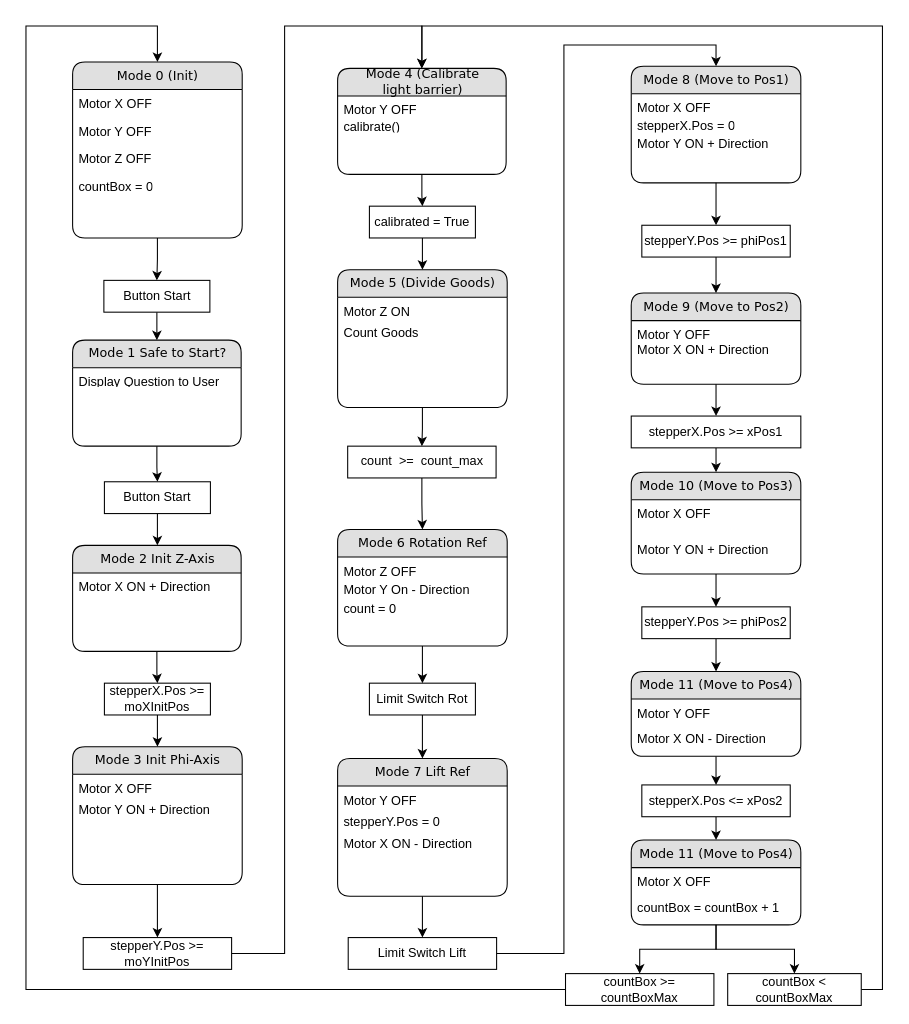
The draw.io diagram Software/Flowchart_control_software.drawio in valnim/PMS2022, before the edit. Source tidied: cells renumbered, new cells numbered last; positions are measured from the earlier drawing's top-left corner, leaving out a move shared by most shapes. Both pictures are drawn from the tidied source at 106%, with x=0, y=0 at pixel (25, 25).
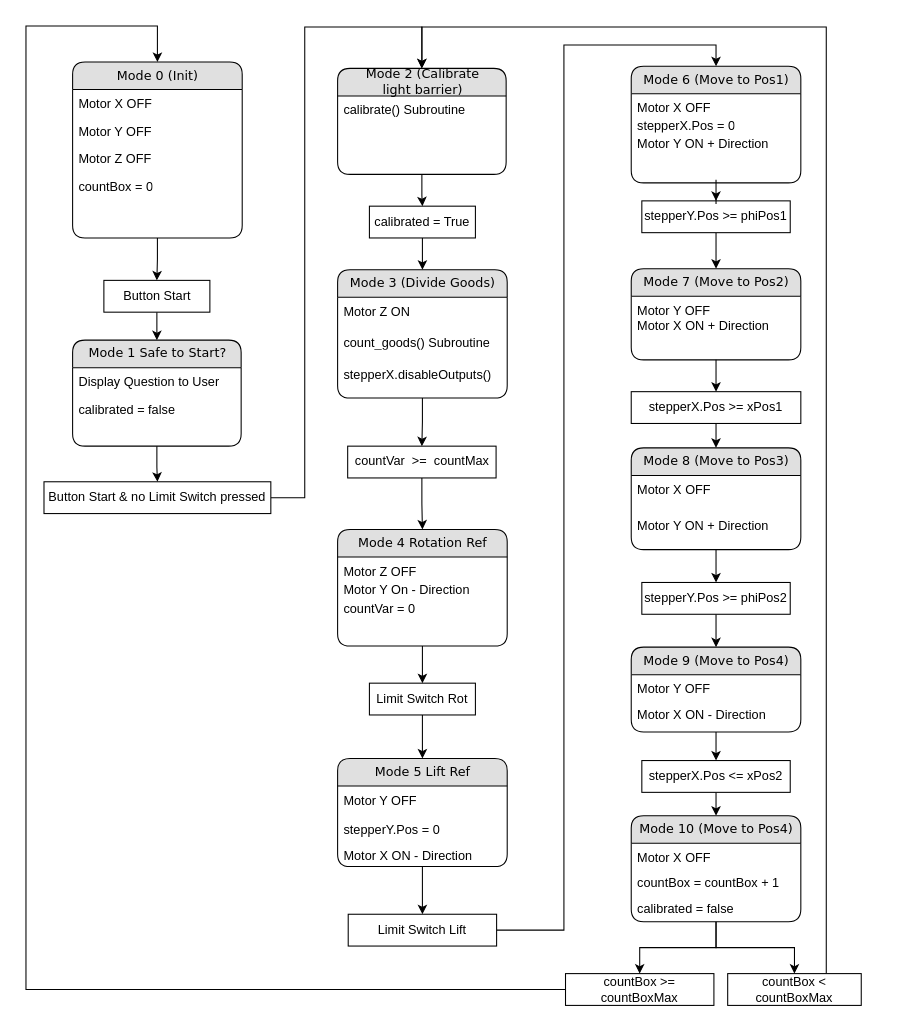
After the change.

The change refers to these unchanged cells:
```xml
<mxCell id="17" style="group;" parent="1" vertex="1">
  <mxGeometry x="294" y="40" width="159" height="100" as="geometry" />
</mxCell>
<mxCell id="49" style="group;" parent="1" vertex="1">
  <mxGeometry x="294" y="475" width="160" height="110" as="geometry" />
</mxCell>
<mxCell id="69" value="Mode 1 Safe to Start?" style="swimlane;html=1;fontStyle=0;horizontal=1;startSize=26;fillColor=#e0e0e0;swimlaneFillColor=#ffffff;align=center;rounded=1;shadow=0;comic=0;labelBackgroundColor=none;strokeWidth=1;fontFamily=Verdana;fontSize=12;" parent="68" vertex="1">
  <mxGeometry width="159" height="100" as="geometry" />
</mxCell>
<mxCell id="74" style="group;" parent="1" vertex="1">
  <mxGeometry x="571" y="38" width="160" height="110" as="geometry" />
</mxCell>
<mxCell id="94" value="countBox &amp;lt; countBoxMax" style="rounded=0;whiteSpace=wrap;html=1;" parent="1" vertex="1">
  <mxGeometry x="662" y="894" width="126" height="30" as="geometry" />
</mxCell>
```

The edit, as a diff of the source:
```diff
@@
     <mxCell id="8" style="group;" parent="1" vertex="1">
-      <mxGeometry x="294" y="230" width="160" height="130" as="geometry" />
+      <mxGeometry x="294" y="230" width="160" height="121" as="geometry" />
     </mxCell>
-    <mxCell id="9" value="Mode 5 (Divide Goods)" style="swimlane;html=1;fontStyle=0;horizontal=1;startSize=26;fillColor=#e0e0e0;swimlaneFillColor=#ffffff;align=center;rounded=1;shadow=0;comic=0;labelBackgroundColor=none;strokeWidth=1;fontFamily=Verdana;fontSize=12;" parent="8" vertex="1">
-      <mxGeometry width="160" height="130" as="geometry" />
+    <mxCell id="9" value="Mode 3 (Divide Goods)" style="swimlane;html=1;fontStyle=0;horizontal=1;startSize=26;fillColor=#e0e0e0;swimlaneFillColor=#ffffff;align=center;rounded=1;shadow=0;comic=0;labelBackgroundColor=none;strokeWidth=1;fontFamily=Verdana;fontSize=12;" parent="8" vertex="1">
+      <mxGeometry width="160" height="121" as="geometry" />
     </mxCell>
     <mxCell id="10" value="Motor Z ON" style="text;html=1;strokeColor=none;fillColor=none;spacingLeft=4;spacingRight=4;whiteSpace=wrap;overflow=hidden;" parent="9" vertex="1">
-      <mxGeometry y="26" width="160" height="20.4" as="geometry" />
+      <mxGeometry y="26" width="160" height="29.3" as="geometry" />
     </mxCell>
-    <mxCell id="11" value="Count Goods" style="text;html=1;strokeColor=none;fillColor=none;spacingLeft=4;spacingRight=4;whiteSpace=wrap;overflow=hidden;" parent="9" vertex="1">
-      <mxGeometry y="46.4" width="160" height="20.4" as="geometry" />
+    <mxCell id="11" value="count_goods() Subroutine" style="text;html=1;strokeColor=none;fillColor=none;spacingLeft=4;spacingRight=4;whiteSpace=wrap;overflow=hidden;" parent="9" vertex="1">
+      <mxGeometry y="55.3" width="160" height="30.7" as="geometry" />
     </mxCell>
+    <mxCell id="96" value="stepperX.disableOutputs()" style="text;html=1;strokeColor=none;fillColor=none;spacingLeft=4;spacingRight=4;whiteSpace=wrap;overflow=hidden;" parent="9" vertex="1">
+      <mxGeometry y="86" width="160" height="30.7" as="geometry" />
+    </mxCell>
@@
-    <mxCell id="15" value="count&amp;nbsp; &amp;gt;=&amp;nbsp; count_max" style="rounded=0;whiteSpace=wrap;html=1;" parent="1" vertex="1">
+    <mxCell id="15" value="countVar&amp;nbsp; &amp;gt;=&amp;nbsp; countMax" style="rounded=0;whiteSpace=wrap;html=1;" parent="1" vertex="1">
       <mxGeometry x="303.5" y="396.4" width="140" height="30" as="geometry" />
     </mxCell>
@@
-    <mxCell id="18" value="Mode 4 (Calibrate &lt;br&gt;light barrier)" style="swimlane;html=1;fontStyle=0;horizontal=1;startSize=26;fillColor=#e0e0e0;swimlaneFillColor=#ffffff;align=center;rounded=1;shadow=0;comic=0;labelBackgroundColor=none;strokeWidth=1;fontFamily=Verdana;fontSize=12;" parent="17" vertex="1">
+    <mxCell id="18" value="Mode 2 (Calibrate &lt;br&gt;light barrier)" style="swimlane;html=1;fontStyle=0;horizontal=1;startSize=26;fillColor=#e0e0e0;swimlaneFillColor=#ffffff;align=center;rounded=1;shadow=0;comic=0;labelBackgroundColor=none;strokeWidth=1;fontFamily=Verdana;fontSize=12;" parent="17" vertex="1">
       <mxGeometry width="159" height="100" as="geometry" />
     </mxCell>
-    <mxCell id="19" value="Motor Y OFF" style="text;html=1;strokeColor=none;fillColor=none;spacingLeft=4;spacingRight=4;whiteSpace=wrap;overflow=hidden;" parent="18" vertex="1">
-      <mxGeometry y="26" width="159" height="15.7" as="geometry" />
-    </mxCell>
-    <mxCell id="20" value="calibrate()" style="text;html=1;strokeColor=none;fillColor=none;spacingLeft=4;spacingRight=4;whiteSpace=wrap;overflow=hidden;" parent="18" vertex="1">
-      <mxGeometry y="41.7" width="159" height="15.7" as="geometry" />
+    <mxCell id="20" value="calibrate() Subroutine" style="text;html=1;strokeColor=none;fillColor=none;spacingLeft=4;spacingRight=4;whiteSpace=wrap;overflow=hidden;" parent="18" vertex="1">
+      <mxGeometry y="26" width="159" height="27" as="geometry" />
     </mxCell>
@@
     <mxCell id="26" value="stepperY.Pos &amp;gt;= phiPos1" style="rounded=0;whiteSpace=wrap;html=1;" parent="1" vertex="1">
-      <mxGeometry x="581" y="188" width="140" height="30" as="geometry" />
+      <mxGeometry x="581" y="165" width="140" height="30" as="geometry" />
     </mxCell>
     <mxCell id="27" style="group;" parent="1" vertex="1">
-      <mxGeometry x="571" y="252" width="160" height="86" as="geometry" />
+      <mxGeometry x="571" y="229" width="160" height="86" as="geometry" />
     </mxCell>
-    <mxCell id="28" value="Mode 9 (Move to Pos2)" style="swimlane;html=1;fontStyle=0;horizontal=1;startSize=26;fillColor=#e0e0e0;swimlaneFillColor=#ffffff;align=center;rounded=1;shadow=0;comic=0;labelBackgroundColor=none;strokeWidth=1;fontFamily=Verdana;fontSize=12;" parent="27" vertex="1">
+    <mxCell id="28" value="Mode 7 (Move to Pos2)" style="swimlane;html=1;fontStyle=0;horizontal=1;startSize=26;fillColor=#e0e0e0;swimlaneFillColor=#ffffff;align=center;rounded=1;shadow=0;comic=0;labelBackgroundColor=none;strokeWidth=1;fontFamily=Verdana;fontSize=12;" parent="27" vertex="1">
       <mxGeometry width="160" height="86" as="geometry" />
     </mxCell>
@@
     <mxCell id="30" style="group;" parent="1" vertex="1">
-      <mxGeometry x="571" y="468" width="160" height="90" as="geometry" />
+      <mxGeometry x="571" y="445" width="160" height="90" as="geometry" />
     </mxCell>
-    <mxCell id="31" value="Mode 10 (Move to Pos3)" style="swimlane;html=1;fontStyle=0;horizontal=1;startSize=26;fillColor=#e0e0e0;swimlaneFillColor=#ffffff;align=center;rounded=1;shadow=0;comic=0;labelBackgroundColor=none;strokeWidth=1;fontFamily=Verdana;fontSize=12;" parent="30" vertex="1">
+    <mxCell id="31" value="Mode 8 (Move to Pos3)" style="swimlane;html=1;fontStyle=0;horizontal=1;startSize=26;fillColor=#e0e0e0;swimlaneFillColor=#ffffff;align=center;rounded=1;shadow=0;comic=0;labelBackgroundColor=none;strokeWidth=1;fontFamily=Verdana;fontSize=12;" parent="30" vertex="1">
       <mxGeometry y="-47" width="160" height="96" as="geometry" />
     </mxCell>
@@
     <mxCell id="35" value="stepperX.Pos &amp;gt;= xPos1" style="rounded=0;whiteSpace=wrap;html=1;" parent="1" vertex="1">
-      <mxGeometry x="571" y="368" width="160" height="30" as="geometry" />
+      <mxGeometry x="571" y="345" width="160" height="30" as="geometry" />
     </mxCell>
@@
     <mxCell id="37" value="stepperY.Pos &amp;gt;= phiPos2" style="rounded=0;whiteSpace=wrap;html=1;" parent="1" vertex="1">
-      <mxGeometry x="581" y="548" width="140" height="30" as="geometry" />
+      <mxGeometry x="581" y="525" width="140" height="30" as="geometry" />
     </mxCell>
@@
     <mxCell id="40" value="stepperX.Pos &amp;lt;= xPos2" style="rounded=0;whiteSpace=wrap;html=1;" parent="1" vertex="1">
-      <mxGeometry x="581" y="716" width="140" height="30" as="geometry" />
+      <mxGeometry x="581" y="693" width="140" height="30" as="geometry" />
     </mxCell>
@@
-    <mxCell id="43" style="group;" parent="1" vertex="1">
-      <mxGeometry x="44" y="680" width="160" height="130" as="geometry" />
-    </mxCell>
-    <mxCell id="44" value="Mode 3 Init Phi-Axis" style="swimlane;html=1;fontStyle=0;horizontal=1;startSize=26;fillColor=#e0e0e0;swimlaneFillColor=#ffffff;align=center;rounded=1;shadow=0;comic=0;labelBackgroundColor=none;strokeWidth=1;fontFamily=Verdana;fontSize=12;" parent="43" vertex="1">
-      <mxGeometry width="160" height="130" as="geometry" />
-    </mxCell>
-    <mxCell id="45" value="Motor X OFF" style="text;html=1;strokeColor=none;fillColor=none;spacingLeft=4;spacingRight=4;whiteSpace=wrap;overflow=hidden;" parent="44" vertex="1">
-      <mxGeometry y="26" width="160" height="20.4" as="geometry" />
-    </mxCell>
-    <mxCell id="46" value="Motor Y ON + Direction" style="text;html=1;strokeColor=none;fillColor=none;spacingLeft=4;spacingRight=4;whiteSpace=wrap;overflow=hidden;" parent="44" vertex="1">
-      <mxGeometry y="46.4" width="160" height="20.4" as="geometry" />
-    </mxCell>
-    <mxCell id="47" style="edgeStyle=orthogonalEdgeStyle;rounded=0;jettySize=auto;html=1;entryX=0.5;entryY=0;entryDx=0;entryDy=0;" parent="1" edge="1" source="48" target="44">
-      <mxGeometry relative="1" as="geometry" />
-    </mxCell>
-    <mxCell id="48" value="stepperX.Pos &amp;gt;= moXInitPos" style="rounded=0;whiteSpace=wrap;html=1;" parent="1" vertex="1">
-      <mxGeometry x="74" y="620" width="100" height="30" as="geometry" />
-    </mxCell>
@@
-    <mxCell id="50" value="Mode 6 Rotation Ref" style="swimlane;html=1;fontStyle=0;horizontal=1;startSize=26;fillColor=#e0e0e0;swimlaneFillColor=#ffffff;align=center;rounded=1;shadow=0;comic=0;labelBackgroundColor=none;strokeWidth=1;fontFamily=Verdana;fontSize=12;" parent="49" vertex="1">
+    <mxCell id="50" value="Mode 4 Rotation Ref" style="swimlane;html=1;fontStyle=0;horizontal=1;startSize=26;fillColor=#e0e0e0;swimlaneFillColor=#ffffff;align=center;rounded=1;shadow=0;comic=0;labelBackgroundColor=none;strokeWidth=1;fontFamily=Verdana;fontSize=12;" parent="49" vertex="1">
       <mxGeometry width="160" height="110" as="geometry" />
     </mxCell>
@@
-    <mxCell id="53" value="count = 0" style="text;html=1;strokeColor=none;fillColor=none;spacingLeft=4;spacingRight=4;whiteSpace=wrap;overflow=hidden;" parent="50" vertex="1">
+    <mxCell id="53" value="countVar = 0" style="text;html=1;strokeColor=none;fillColor=none;spacingLeft=4;spacingRight=4;whiteSpace=wrap;overflow=hidden;" parent="50" vertex="1">
       <mxGeometry y="60.5" width="160" height="17.2" as="geometry" />
     </mxCell>
-    <mxCell id="54" style="edgeStyle=orthogonalEdgeStyle;rounded=0;jettySize=auto;html=1;entryX=0.5;entryY=0;entryDx=0;entryDy=0;" parent="1" edge="1" source="55" target="18">
-      <mxGeometry relative="1" as="geometry">
-        <Array as="points">
-          <mxPoint x="244" y="875" />
-          <mxPoint x="244" />
-          <mxPoint x="374" />
-        </Array>
-      </mxGeometry>
-    </mxCell>
-    <mxCell id="55" value="stepperY.Pos &amp;gt;= moYInitPos" style="rounded=0;whiteSpace=wrap;html=1;" parent="1" vertex="1">
-      <mxGeometry x="54" y="860" width="140" height="30" as="geometry" />
-    </mxCell>
-    <mxCell id="56" style="edgeStyle=orthogonalEdgeStyle;rounded=0;jettySize=auto;html=1;exitX=0.5;exitY=1;exitDx=0;exitDy=0;" parent="1" edge="1" source="44" target="55">
-      <mxGeometry relative="1" as="geometry" />
-    </mxCell>
-    <mxCell id="57" style="group;" parent="1" vertex="1">
-      <mxGeometry x="44" y="490" width="159" height="100" as="geometry" />
-    </mxCell>
-    <mxCell id="58" value="Mode 2 Init Z-Axis" style="swimlane;html=1;fontStyle=0;horizontal=1;startSize=26;fillColor=#e0e0e0;swimlaneFillColor=#ffffff;align=center;rounded=1;shadow=0;comic=0;labelBackgroundColor=none;strokeWidth=1;fontFamily=Verdana;fontSize=12;" parent="57" vertex="1">
-      <mxGeometry width="159" height="100" as="geometry" />
-    </mxCell>
-    <mxCell id="59" value="Motor X ON + Direction" style="text;html=1;strokeColor=none;fillColor=none;spacingLeft=4;spacingRight=4;whiteSpace=wrap;overflow=hidden;" parent="58" vertex="1">
-      <mxGeometry y="26" width="159" height="15.7" as="geometry" />
-    </mxCell>
-    <mxCell id="60" style="edgeStyle=orthogonalEdgeStyle;rounded=0;jettySize=auto;html=1;entryX=0.5;entryY=0;entryDx=0;entryDy=0;" parent="1" edge="1" source="58" target="48">
-      <mxGeometry relative="1" as="geometry" />
-    </mxCell>
     <mxCell id="61" style="group;" parent="1" vertex="1">
-      <mxGeometry x="294" y="691" width="160" height="130" as="geometry" />
+      <mxGeometry x="294" y="691" width="160" height="102" as="geometry" />
     </mxCell>
-    <mxCell id="62" value="Mode 7 Lift Ref" style="swimlane;html=1;fontStyle=0;horizontal=1;startSize=26;fillColor=#e0e0e0;swimlaneFillColor=#ffffff;align=center;rounded=1;shadow=0;comic=0;labelBackgroundColor=none;strokeWidth=1;fontFamily=Verdana;fontSize=12;" parent="61" vertex="1">
-      <mxGeometry width="160" height="130" as="geometry" />
+    <mxCell id="62" value="Mode 5 Lift Ref" style="swimlane;html=1;fontStyle=0;horizontal=1;startSize=26;fillColor=#e0e0e0;swimlaneFillColor=#ffffff;align=center;rounded=1;shadow=0;comic=0;labelBackgroundColor=none;strokeWidth=1;fontFamily=Verdana;fontSize=12;" parent="61" vertex="1">
+      <mxGeometry width="160" height="102" as="geometry" />
     </mxCell>
     <mxCell id="63" value="Motor Y OFF" style="text;html=1;strokeColor=none;fillColor=none;spacingLeft=4;spacingRight=4;whiteSpace=wrap;overflow=hidden;" parent="62" vertex="1">
-      <mxGeometry y="26" width="160" height="20.4" as="geometry" />
+      <mxGeometry y="26" width="160" height="28" as="geometry" />
     </mxCell>
     <mxCell id="64" value="stepperY.Pos = 0" style="text;html=1;strokeColor=none;fillColor=none;spacingLeft=4;spacingRight=4;whiteSpace=wrap;overflow=hidden;" parent="62" vertex="1">
-      <mxGeometry y="46.4" width="160" height="20.4" as="geometry" />
+      <mxGeometry y="54" width="160" height="24" as="geometry" />
     </mxCell>
     <mxCell id="65" value="Motor X ON - Direction" style="text;html=1;strokeColor=none;fillColor=none;spacingLeft=4;spacingRight=4;whiteSpace=wrap;overflow=hidden;" parent="62" vertex="1">
-      <mxGeometry y="66.7" width="160" height="20.4" as="geometry" />
+      <mxGeometry y="78" width="160" height="21.1" as="geometry" />
     </mxCell>
@@
     <mxCell id="70" value="Display Question to User" style="text;html=1;strokeColor=none;fillColor=none;spacingLeft=4;spacingRight=4;whiteSpace=wrap;overflow=hidden;" parent="69" vertex="1">
-      <mxGeometry y="26" width="159" height="15.7" as="geometry" />
+      <mxGeometry y="26" width="159" height="27" as="geometry" />
     </mxCell>
-    <mxCell id="71" style="edgeStyle=orthogonalEdgeStyle;rounded=0;jettySize=auto;html=1;" parent="1" edge="1" source="72">
-      <mxGeometry relative="1" as="geometry">
-        <mxPoint x="124" y="490" as="targetPoint" />
-      </mxGeometry>
-    </mxCell>
+    <mxCell id="97" value="calibrated = false" style="text;html=1;strokeColor=none;fillColor=none;spacingLeft=4;spacingRight=4;whiteSpace=wrap;overflow=hidden;" parent="69" vertex="1">
+      <mxGeometry y="53" width="159" height="15.7" as="geometry" />
+    </mxCell>
+    <mxCell id="98" style="edgeStyle=orthogonalEdgeStyle;rounded=0;jettySize=auto;html=1;entryX=0.5;entryY=0;entryDx=0;entryDy=0;" parent="1" edge="1" source="72" target="18">
+      <mxGeometry relative="1" as="geometry">
+        <Array as="points">
+          <mxPoint x="263" y="445" />
+          <mxPoint x="263" y="1" />
+          <mxPoint x="373" y="1" />
+        </Array>
+      </mxGeometry>
+    </mxCell>
-    <mxCell id="72" value="Button Start" style="rounded=0;whiteSpace=wrap;html=1;" parent="1" vertex="1">
-      <mxGeometry x="74" y="430" width="100" height="30" as="geometry" />
+    <mxCell id="72" value="Button Start &amp;amp; no Limit Switch pressed" style="rounded=0;whiteSpace=wrap;html=1;" parent="1" vertex="1">
+      <mxGeometry x="17" y="430" width="214" height="30" as="geometry" />
     </mxCell>
@@
-    <mxCell id="75" value="Mode 8 (Move to Pos1)" style="swimlane;html=1;fontStyle=0;horizontal=1;startSize=26;fillColor=#e0e0e0;swimlaneFillColor=#ffffff;align=center;rounded=1;shadow=0;comic=0;labelBackgroundColor=none;strokeWidth=1;fontFamily=Verdana;fontSize=12;" parent="74" vertex="1">
+    <mxCell id="75" value="Mode 6 (Move to Pos1)" style="swimlane;html=1;fontStyle=0;horizontal=1;startSize=26;fillColor=#e0e0e0;swimlaneFillColor=#ffffff;align=center;rounded=1;shadow=0;comic=0;labelBackgroundColor=none;strokeWidth=1;fontFamily=Verdana;fontSize=12;" parent="74" vertex="1">
       <mxGeometry width="160" height="110" as="geometry" />
     </mxCell>
@@
     <mxCell id="80" value="Limit Switch Lift" style="rounded=0;whiteSpace=wrap;html=1;" parent="1" vertex="1">
-      <mxGeometry x="304" y="860" width="140" height="30" as="geometry" />
+      <mxGeometry x="304" y="838" width="140" height="30" as="geometry" />
     </mxCell>
@@
-    <mxCell id="83" value="Mode 11 (Move to Pos4)" style="swimlane;html=1;fontStyle=0;horizontal=1;startSize=26;fillColor=#e0e0e0;swimlaneFillColor=#ffffff;align=center;rounded=1;shadow=0;comic=0;labelBackgroundColor=none;strokeWidth=1;fontFamily=Verdana;fontSize=12;" parent="1" vertex="1">
-      <mxGeometry x="571" y="609" width="160" height="80" as="geometry" />
+    <mxCell id="83" value="Mode 9 (Move to Pos4)" style="swimlane;html=1;fontStyle=0;horizontal=1;startSize=26;fillColor=#e0e0e0;swimlaneFillColor=#ffffff;align=center;rounded=1;shadow=0;comic=0;labelBackgroundColor=none;strokeWidth=1;fontFamily=Verdana;fontSize=12;" parent="1" vertex="1">
+      <mxGeometry x="571" y="586" width="160" height="80" as="geometry" />
     </mxCell>
@@
-    <mxCell id="90" value="Mode 11 (Move to Pos4)" style="swimlane;html=1;fontStyle=0;horizontal=1;startSize=26;fillColor=#e0e0e0;swimlaneFillColor=#ffffff;align=center;rounded=1;shadow=0;comic=0;labelBackgroundColor=none;strokeWidth=1;fontFamily=Verdana;fontSize=12;" parent="1" vertex="1">
-      <mxGeometry x="571" y="768" width="160" height="80" as="geometry" />
+    <mxCell id="90" value="Mode 10 (Move to Pos4)" style="swimlane;html=1;fontStyle=0;horizontal=1;startSize=26;fillColor=#e0e0e0;swimlaneFillColor=#ffffff;align=center;rounded=1;shadow=0;comic=0;labelBackgroundColor=none;strokeWidth=1;fontFamily=Verdana;fontSize=12;" parent="1" vertex="1">
+      <mxGeometry x="571" y="745" width="160" height="100" as="geometry" />
     </mxCell>
@@
+    <mxCell id="99" value="calibrated = false" style="text;html=1;strokeColor=none;fillColor=none;spacingLeft=4;spacingRight=4;whiteSpace=wrap;overflow=hidden;" parent="90" vertex="1">
+      <mxGeometry y="74" width="160" height="24" as="geometry" />
+    </mxCell>
     <mxCell id="93" style="edgeStyle=orthogonalEdgeStyle;rounded=0;jettySize=auto;html=1;entryX=0.5;entryY=0;entryDx=0;entryDy=0;" parent="1" edge="1" source="94" target="18">
       <mxGeometry relative="1" as="geometry">
         <Array as="points">
-          <mxPoint x="808" y="909" />
-          <mxPoint x="808" />
-          <mxPoint x="374" />
+          <mxPoint x="755" y="1" />
+          <mxPoint x="374" y="1" />
         </Array>
       </mxGeometry>
     </mxCell>
```
